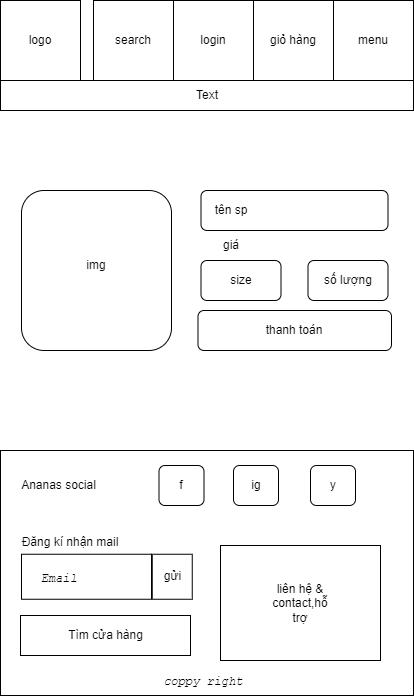
z3dat/web106_ph36652 keeps this draw.io diagram as assignment/img/page2(mobile).png. Above is the earlier version. Source tidied: cells renumbered, new cells last; positions are measured from the earlier drawing's top-left corner, leaving out a move shared by most shapes. The source it was exported from:
```xml
<mxGraphModel>
  <root>
    <mxCell id="0" />
    <mxCell id="1" parent="0" />
    <mxCell id="2" style="whiteSpace=wrap;html=1;" parent="1" vertex="1">
      <mxGeometry width="80" height="80" as="geometry" />
    </mxCell>
    <mxCell id="3" value="logo" style="text;html=1;strokeColor=none;fillColor=none;align=center;verticalAlign=middle;whiteSpace=wrap;rounded=0;" parent="1" vertex="1">
      <mxGeometry x="10" y="25" width="60" height="30" as="geometry" />
    </mxCell>
    <mxCell id="4" style="whiteSpace=wrap;html=1;" parent="1" vertex="1">
      <mxGeometry x="333" width="80" height="80" as="geometry" />
    </mxCell>
    <mxCell id="5" value="menu" style="text;html=1;strokeColor=none;fillColor=none;align=center;verticalAlign=middle;whiteSpace=wrap;rounded=0;" parent="1" vertex="1">
      <mxGeometry x="343" y="25" width="60" height="30" as="geometry" />
    </mxCell>
    <mxCell id="6" style="whiteSpace=wrap;html=1;" parent="1" vertex="1">
      <mxGeometry x="253" width="80" height="80" as="geometry" />
    </mxCell>
    <mxCell id="7" style="whiteSpace=wrap;html=1;" parent="1" vertex="1">
      <mxGeometry x="173" width="80" height="80" as="geometry" />
    </mxCell>
    <mxCell id="8" style="whiteSpace=wrap;html=1;" parent="1" vertex="1">
      <mxGeometry x="93" width="80" height="80" as="geometry" />
    </mxCell>
    <mxCell id="9" value="search" style="text;html=1;strokeColor=none;fillColor=none;align=center;verticalAlign=middle;whiteSpace=wrap;rounded=0;" parent="1" vertex="1">
      <mxGeometry x="103" y="25" width="60" height="30" as="geometry" />
    </mxCell>
    <mxCell id="10" value="login" style="text;html=1;strokeColor=none;fillColor=none;align=center;verticalAlign=middle;whiteSpace=wrap;rounded=0;" parent="1" vertex="1">
      <mxGeometry x="183" y="25" width="60" height="30" as="geometry" />
    </mxCell>
    <mxCell id="11" value="giỏ hàng" style="text;html=1;strokeColor=none;fillColor=none;align=center;verticalAlign=middle;whiteSpace=wrap;rounded=0;" parent="1" vertex="1">
      <mxGeometry x="263" y="25" width="60" height="30" as="geometry" />
    </mxCell>
    <mxCell id="12" style="rounded=0;whiteSpace=wrap;html=1;perimeterSpacing=0;" parent="1" vertex="1">
      <mxGeometry y="80" width="413" height="30" as="geometry" />
    </mxCell>
    <mxCell id="13" value="Text" style="text;html=1;strokeColor=none;fillColor=none;align=center;verticalAlign=middle;whiteSpace=wrap;rounded=0;" parent="1" vertex="1">
      <mxGeometry x="177" y="80" width="60" height="30" as="geometry" />
    </mxCell>
    <mxCell id="14" style="rounded=1;whiteSpace=wrap;html=1;" parent="1" vertex="1">
      <mxGeometry x="21" y="190" width="150" height="160" as="geometry" />
    </mxCell>
    <mxCell id="15" style="rounded=1;whiteSpace=wrap;html=1;" parent="1" vertex="1">
      <mxGeometry x="200.5" y="190" width="187" height="40" as="geometry" />
    </mxCell>
    <mxCell id="16" value="img" style="text;html=1;strokeColor=none;fillColor=none;align=center;verticalAlign=middle;whiteSpace=wrap;rounded=0;" parent="1" vertex="1">
      <mxGeometry x="66" y="250" width="60" height="30" as="geometry" />
    </mxCell>
    <mxCell id="17" value="tên sp" style="text;html=1;strokeColor=none;fillColor=none;align=center;verticalAlign=middle;whiteSpace=wrap;rounded=0;" parent="1" vertex="1">
      <mxGeometry x="200.5" y="195" width="60" height="30" as="geometry" />
    </mxCell>
    <mxCell id="18" value="giá" style="text;html=1;strokeColor=none;fillColor=none;align=center;verticalAlign=middle;whiteSpace=wrap;rounded=0;" parent="1" vertex="1">
      <mxGeometry x="200.5" y="230" width="60" height="30" as="geometry" />
    </mxCell>
    <mxCell id="19" style="rounded=1;whiteSpace=wrap;html=1;" parent="1" vertex="1">
      <mxGeometry x="200.5" y="260" width="80" height="40" as="geometry" />
    </mxCell>
    <mxCell id="20" style="rounded=1;whiteSpace=wrap;html=1;" parent="1" vertex="1">
      <mxGeometry x="307.5" y="260" width="80" height="40" as="geometry" />
    </mxCell>
    <mxCell id="21" value="size" style="text;html=1;strokeColor=none;fillColor=none;align=center;verticalAlign=middle;whiteSpace=wrap;rounded=0;" parent="1" vertex="1">
      <mxGeometry x="211" y="265" width="60" height="30" as="geometry" />
    </mxCell>
    <mxCell id="22" value="số lượng" style="text;html=1;strokeColor=none;fillColor=none;align=center;verticalAlign=middle;whiteSpace=wrap;rounded=0;" parent="1" vertex="1">
      <mxGeometry x="317.5" y="265" width="60" height="30" as="geometry" />
    </mxCell>
    <mxCell id="23" style="rounded=1;whiteSpace=wrap;html=1;" parent="1" vertex="1">
      <mxGeometry x="197.5" y="310" width="193.5" height="40" as="geometry" />
    </mxCell>
    <mxCell id="24" value="thanh toán" style="text;html=1;strokeColor=none;fillColor=none;align=center;verticalAlign=middle;whiteSpace=wrap;rounded=0;" parent="1" vertex="1">
      <mxGeometry x="264" y="315" width="60" height="30" as="geometry" />
    </mxCell>
    <mxCell id="25" style="rounded=0;whiteSpace=wrap;html=1;" parent="1" vertex="1">
      <mxGeometry y="450" width="413" height="245" as="geometry" />
    </mxCell>
    <mxCell id="26" style="rounded=1;whiteSpace=wrap;html=1;" parent="1" vertex="1">
      <mxGeometry x="158.5" y="465" width="45" height="40" as="geometry" />
    </mxCell>
    <mxCell id="27" style="rounded=1;whiteSpace=wrap;html=1;" parent="1" vertex="1">
      <mxGeometry x="233" y="465" width="45" height="40" as="geometry" />
    </mxCell>
    <mxCell id="28" style="rounded=1;whiteSpace=wrap;html=1;" parent="1" vertex="1">
      <mxGeometry x="310" y="465" width="45" height="40" as="geometry" />
    </mxCell>
    <mxCell id="29" value="Ananas social" style="text;html=1;strokeColor=none;fillColor=none;align=center;verticalAlign=middle;whiteSpace=wrap;rounded=0;" parent="1" vertex="1">
      <mxGeometry x="10" y="470" width="97" height="30" as="geometry" />
    </mxCell>
    <mxCell id="30" value="Đăng kí nhận mail" style="text;html=1;strokeColor=none;fillColor=none;align=center;verticalAlign=middle;whiteSpace=wrap;rounded=0;" parent="1" vertex="1">
      <mxGeometry y="523.8" width="140" height="36.2" as="geometry" />
    </mxCell>
    <mxCell id="31" style="rounded=0;whiteSpace=wrap;html=1;" parent="1" vertex="1">
      <mxGeometry x="21" y="553.8" width="130" height="45" as="geometry" />
    </mxCell>
    <mxCell id="32" value="&lt;i&gt;&lt;font face=&quot;Courier New&quot;&gt;Email&lt;/font&gt;&lt;/i&gt;" style="text;html=1;strokeColor=none;fillColor=none;align=center;verticalAlign=middle;whiteSpace=wrap;rounded=0;fillStyle=dots;gradientColor=none;opacity=40;" parent="1" vertex="1">
      <mxGeometry x="28.5" y="562.5" width="60" height="30" as="geometry" />
    </mxCell>
    <mxCell id="33" style="rounded=0;whiteSpace=wrap;html=1;" parent="1" vertex="1">
      <mxGeometry x="151.8" y="553.8" width="40" height="45" as="geometry" />
    </mxCell>
    <mxCell id="34" value="gửi" style="text;html=1;strokeColor=none;fillColor=none;align=center;verticalAlign=middle;whiteSpace=wrap;rounded=0;" parent="1" vertex="1">
      <mxGeometry x="153.5" y="562.5" width="36.5" height="27.5" as="geometry" />
    </mxCell>
    <mxCell id="35" value="f" style="text;html=1;strokeColor=none;fillColor=none;align=center;verticalAlign=middle;whiteSpace=wrap;rounded=0;" parent="1" vertex="1">
      <mxGeometry x="151" y="470" width="60" height="30" as="geometry" />
    </mxCell>
    <mxCell id="36" value="ig" style="text;html=1;strokeColor=none;fillColor=none;align=center;verticalAlign=middle;whiteSpace=wrap;rounded=0;" parent="1" vertex="1">
      <mxGeometry x="225.5" y="470" width="60" height="30" as="geometry" />
    </mxCell>
    <mxCell id="37" value="y" style="text;html=1;strokeColor=none;fillColor=none;align=center;verticalAlign=middle;whiteSpace=wrap;rounded=0;" parent="1" vertex="1">
      <mxGeometry x="302.5" y="470" width="60" height="30" as="geometry" />
    </mxCell>
    <mxCell id="38" style="rounded=0;whiteSpace=wrap;html=1;" parent="1" vertex="1">
      <mxGeometry x="20" y="615" width="170" height="40" as="geometry" />
    </mxCell>
    <mxCell id="39" value="Tìm cửa hàng" style="text;html=1;strokeColor=none;fillColor=none;align=center;verticalAlign=middle;whiteSpace=wrap;rounded=0;" parent="1" vertex="1">
      <mxGeometry x="46.5" y="620" width="117" height="30" as="geometry" />
    </mxCell>
    <mxCell id="40" value="&lt;i&gt;&lt;font face=&quot;Courier New&quot;&gt;coppy right&lt;/font&gt;&lt;/i&gt;" style="text;html=1;strokeColor=none;fillColor=none;align=center;verticalAlign=middle;whiteSpace=wrap;rounded=0;" parent="1" vertex="1">
      <mxGeometry x="148" y="666" width="110" height="30" as="geometry" />
    </mxCell>
    <mxCell id="41" style="rounded=0;whiteSpace=wrap;html=1;" parent="1" vertex="1">
      <mxGeometry x="220" y="545" width="160" height="115" as="geometry" />
    </mxCell>
    <mxCell id="42" value="liên hệ &amp;amp; contact,hỗ trợ" style="text;html=1;strokeColor=none;fillColor=none;align=center;verticalAlign=middle;whiteSpace=wrap;rounded=0;" parent="1" vertex="1">
      <mxGeometry x="270" y="588" width="60" height="30" as="geometry" />
    </mxCell>
  </root>
</mxGraphModel>
```
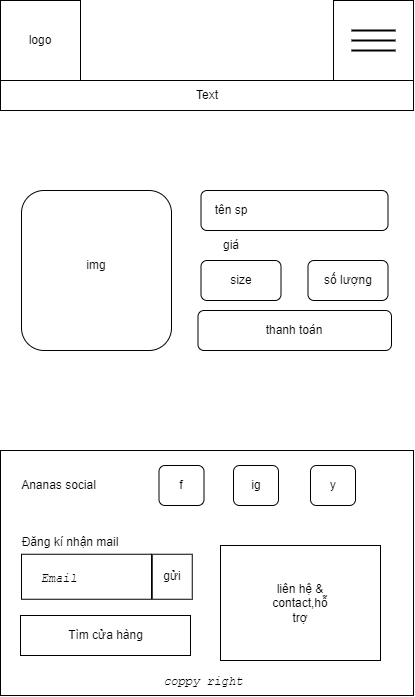
Above is the later version.

Diff of the diagram source:
```diff
@@ -11,27 +11,6 @@
     <mxCell id="4" style="whiteSpace=wrap;html=1;" parent="1" vertex="1">
       <mxGeometry x="333" width="80" height="80" as="geometry" />
     </mxCell>
-    <mxCell id="5" value="menu" style="text;html=1;strokeColor=none;fillColor=none;align=center;verticalAlign=middle;whiteSpace=wrap;rounded=0;" parent="1" vertex="1">
-      <mxGeometry x="343" y="25" width="60" height="30" as="geometry" />
-    </mxCell>
-    <mxCell id="6" style="whiteSpace=wrap;html=1;" parent="1" vertex="1">
-      <mxGeometry x="253" width="80" height="80" as="geometry" />
-    </mxCell>
-    <mxCell id="7" style="whiteSpace=wrap;html=1;" parent="1" vertex="1">
-      <mxGeometry x="173" width="80" height="80" as="geometry" />
-    </mxCell>
-    <mxCell id="8" style="whiteSpace=wrap;html=1;" parent="1" vertex="1">
-      <mxGeometry x="93" width="80" height="80" as="geometry" />
-    </mxCell>
-    <mxCell id="9" value="search" style="text;html=1;strokeColor=none;fillColor=none;align=center;verticalAlign=middle;whiteSpace=wrap;rounded=0;" parent="1" vertex="1">
-      <mxGeometry x="103" y="25" width="60" height="30" as="geometry" />
-    </mxCell>
-    <mxCell id="10" value="login" style="text;html=1;strokeColor=none;fillColor=none;align=center;verticalAlign=middle;whiteSpace=wrap;rounded=0;" parent="1" vertex="1">
-      <mxGeometry x="183" y="25" width="60" height="30" as="geometry" />
-    </mxCell>
-    <mxCell id="11" value="giỏ hàng" style="text;html=1;strokeColor=none;fillColor=none;align=center;verticalAlign=middle;whiteSpace=wrap;rounded=0;" parent="1" vertex="1">
-      <mxGeometry x="263" y="25" width="60" height="30" as="geometry" />
-    </mxCell>
     <mxCell id="12" style="rounded=0;whiteSpace=wrap;html=1;perimeterSpacing=0;" parent="1" vertex="1">
       <mxGeometry y="80" width="413" height="30" as="geometry" />
     </mxCell>
@@ -125,5 +104,14 @@
     <mxCell id="42" value="liên hệ &amp;amp; contact,hỗ trợ" style="text;html=1;strokeColor=none;fillColor=none;align=center;verticalAlign=middle;whiteSpace=wrap;rounded=0;" parent="1" vertex="1">
       <mxGeometry x="270" y="588" width="60" height="30" as="geometry" />
     </mxCell>
+    <mxCell id="43" style="line;strokeWidth=2;html=1;" parent="1" vertex="1">
+      <mxGeometry x="351" y="25" width="44" height="10" as="geometry" />
+    </mxCell>
+    <mxCell id="44" style="line;strokeWidth=2;html=1;" parent="1" vertex="1">
+      <mxGeometry x="351" y="35" width="44" height="10" as="geometry" />
+    </mxCell>
+    <mxCell id="45" style="line;strokeWidth=2;html=1;" parent="1" vertex="1">
+      <mxGeometry x="351" y="45" width="44" height="10" as="geometry" />
+    </mxCell>
   </root>
 </mxGraphModel>
```
